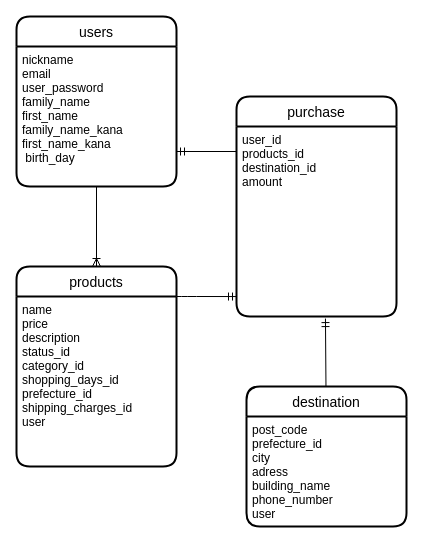
The draw.io diagram er.dio in Te-Ma-LW/furima-37812, before the edit. Source tidied: cells renumbered, new cells numbered last; positions are measured from the earlier drawing's top-left corner, leaving out a move shared by most shapes. Both pictures are drawn from the tidied source at 100%, with x=0, y=0 at pixel (16, 16).
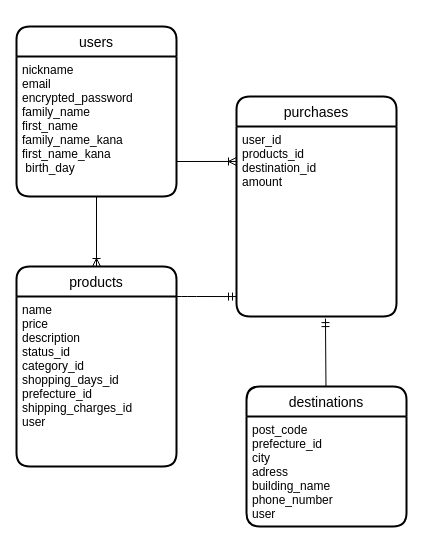
Above is the later version.

Commit message (it also covers changes not shown here):
DB設計の再修正

The edit, as a diff of the source:
```diff
@@
 <mxGraphModel>
   <root>
     <mxCell id="0" />
     <mxCell id="1" parent="0" />
     <mxCell id="2" style="edgeStyle=none;html=1;endArrow=ERoneToMany;endFill=0;entryX=0.5;entryY=0;entryDx=0;entryDy=0;" parent="1" edge="1" source="3" target="8">
       <mxGeometry relative="1" as="geometry" />
     </mxCell>
     <mxCell id="3" value="users" style="swimlane;horizontal=1;startSize=30;rounded=1;fontSize=14;fontStyle=0;strokeWidth=2;shadow=0;dashed=0;align=center;" parent="1" vertex="1">
-      <mxGeometry width="160" height="170" as="geometry" />
+      <mxGeometry y="10" width="160" height="170" as="geometry" />
     </mxCell>
-    <mxCell id="4" value="nickname&#10;email&#10;user_password&#10;family_name&#10;first_name&#10;family_name_kana&#10;first_name_kana&#10; birth_day" style="align=left;strokeColor=none;fillColor=none;spacingLeft=4;fontSize=12;verticalAlign=top;" parent="3" vertex="1">
+    <mxCell id="4" value="nickname&#10;email&#10;encrypted_password&#10;family_name&#10;first_name&#10;family_name_kana&#10;first_name_kana&#10; birth_day" style="align=left;strokeColor=none;fillColor=none;spacingLeft=4;fontSize=12;verticalAlign=top;" parent="3" vertex="1">
       <mxGeometry y="30" width="160" height="140" as="geometry" />
     </mxCell>
     <mxCell id="5" style="edgeStyle=none;html=1;endArrow=ERmandOne;endFill=0;entryX=0.556;entryY=1.011;entryDx=0;entryDy=0;entryPerimeter=0;" parent="1" edge="1" source="6" target="12">
       <mxGeometry relative="1" as="geometry" />
     </mxCell>
-    <mxCell id="6" value="destination" style="swimlane;horizontal=1;startSize=30;rounded=1;fontSize=14;fontStyle=0;strokeWidth=2;shadow=0;dashed=0;align=center;" parent="1" vertex="1">
+    <mxCell id="6" value="destinations" style="swimlane;horizontal=1;startSize=30;rounded=1;fontSize=14;fontStyle=0;strokeWidth=2;shadow=0;dashed=0;align=center;" parent="1" vertex="1">
       <mxGeometry x="230" y="370" width="160" height="140" as="geometry" />
     </mxCell>
     <mxCell id="7" value="post_code&#10;prefecture_id&#10;city&#10;adress&#10;building_name&#10;phone_number&#10;user" style="align=left;strokeColor=none;fillColor=none;spacingLeft=4;fontSize=12;verticalAlign=top;" parent="6" vertex="1">
       <mxGeometry y="30" width="160" height="110" as="geometry" />
     </mxCell>
     <mxCell id="8" value="products" style="swimlane;horizontal=1;startSize=30;rounded=1;fontSize=14;fontStyle=0;strokeWidth=2;shadow=0;dashed=0;align=center;" parent="1" vertex="1">
       <mxGeometry y="250" width="160" height="200" as="geometry" />
     </mxCell>
     <mxCell id="9" value="name&#10;price&#10;description&#10;status_id&#10;category_id&#10;shopping_days_id&#10;prefecture_id&#10;shipping_charges_id&#10;user" style="align=left;strokeColor=none;fillColor=none;spacingLeft=4;fontSize=12;verticalAlign=top;" parent="8" vertex="1">
       <mxGeometry y="30" width="160" height="170" as="geometry" />
     </mxCell>
-    <mxCell id="10" style="edgeStyle=none;html=1;exitX=0;exitY=0.25;exitDx=0;exitDy=0;entryX=1;entryY=0.75;entryDx=0;entryDy=0;endArrow=ERmandOne;endFill=0;" parent="1" edge="1" source="11" target="4">
-      <mxGeometry relative="1" as="geometry" />
-    </mxCell>
-    <mxCell id="11" value="purchase" style="swimlane;horizontal=1;startSize=30;rounded=1;fontSize=14;fontStyle=0;strokeWidth=2;shadow=0;dashed=0;align=center;labelBackgroundColor=none;" parent="1" vertex="1">
+    <mxCell id="11" value="purchases" style="swimlane;horizontal=1;startSize=30;rounded=1;fontSize=14;fontStyle=0;strokeWidth=2;shadow=0;dashed=0;align=center;labelBackgroundColor=none;" parent="1" vertex="1">
       <mxGeometry x="220" y="80" width="160" height="220" as="geometry" />
     </mxCell>
     <mxCell id="12" value="user_id&#10;products_id&#10;destination_id&#10;amount" style="align=left;strokeColor=none;fillColor=none;spacingLeft=4;fontSize=12;verticalAlign=top;labelBackgroundColor=none;" parent="11" vertex="1">
       <mxGeometry y="30" width="160" height="190" as="geometry" />
     </mxCell>
     <mxCell id="13" style="edgeStyle=none;html=1;exitX=1;exitY=0;exitDx=0;exitDy=0;endArrow=ERmandOne;endFill=0;entryX=0;entryY=0.895;entryDx=0;entryDy=0;entryPerimeter=0;" parent="1" edge="1" source="9" target="12">
       <mxGeometry relative="1" as="geometry">
         <Array as="points">
           <mxPoint x="170" y="280" />
         </Array>
       </mxGeometry>
     </mxCell>
+    <mxCell id="14" style="edgeStyle=none;html=1;exitX=1;exitY=0.75;exitDx=0;exitDy=0;entryX=0;entryY=0.184;entryDx=0;entryDy=0;entryPerimeter=0;endArrow=ERoneToMany;endFill=0;" parent="1" edge="1" source="4" target="12">
+      <mxGeometry relative="1" as="geometry" />
+    </mxCell>
   </root>
 </mxGraphModel>
```
